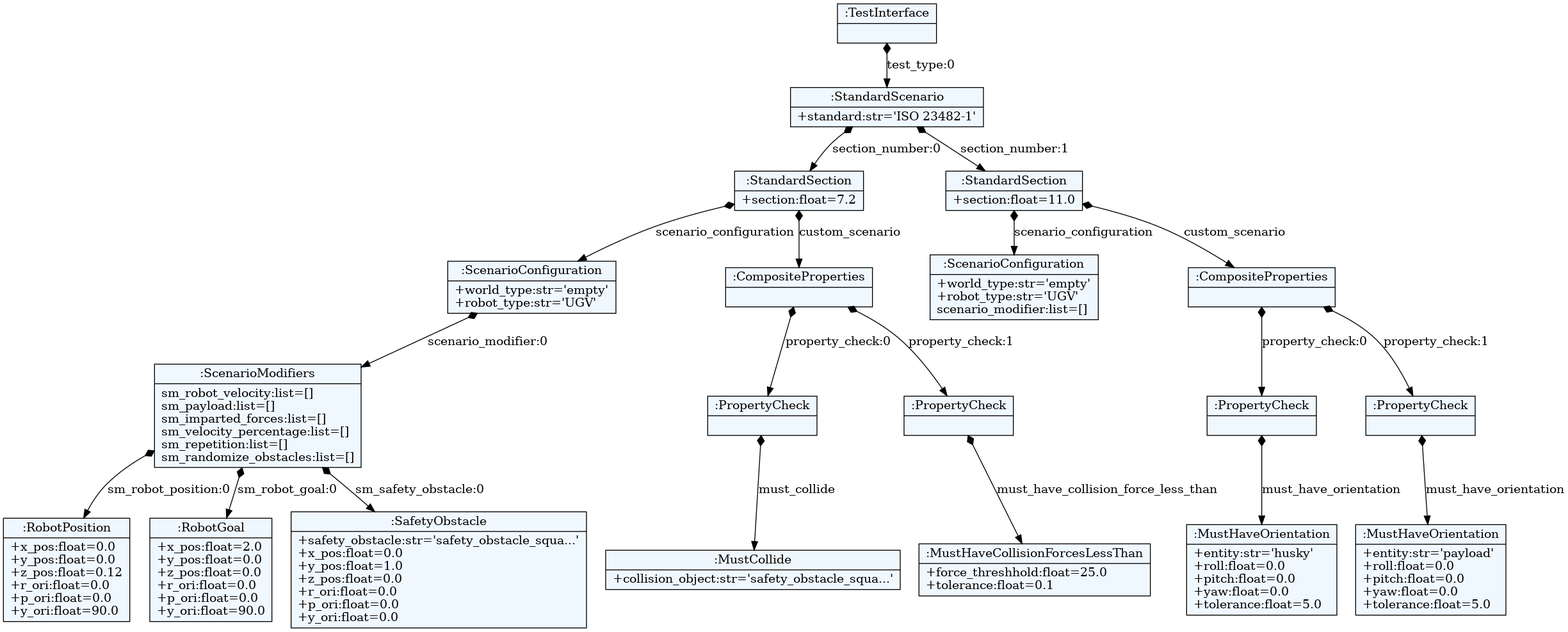
SOHAIL1996/property_based_tester keeps this Graphviz diagram as src/property_based_tester/property_based_language_generation/test_definitions.dot.png. Above is the earlier version. Its source is kept beside it as src/property_based_tester/property_based_language_generation/test_definitions.dot.
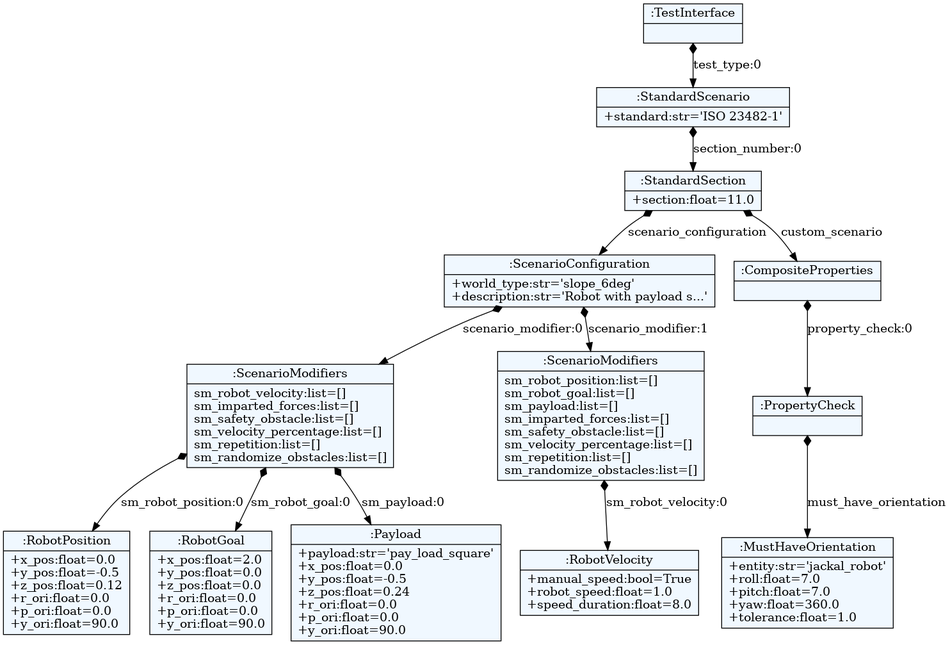
The same file after the commit.

The edit, as a diff of the source:
```diff
@@ -10,44 +10,30 @@
     edge[dir=black,arrowtail=empty]
 
 
-140602595076608 -> 140602595075312 [label="test_type:0" arrowtail=diamond dir=both]
-140602595075312 -> 140602595074448 [label="section_number:0" arrowtail=diamond dir=both]
-140602595074448 -> 140602595216880 [label="scenario_configuration" arrowtail=diamond dir=both]
-140602595216880 -> 140602595216448 [label="scenario_modifier:0" arrowtail=diamond dir=both]
-140602595216448 -> 140602595215584 [label="sm_robot_position:0" arrowtail=diamond dir=both]
-140602595215584[label="{:RobotPosition|+x_pos:float=0.0\l+y_pos:float=0.0\l+z_pos:float=0.12\l+r_ori:float=0.0\l+p_ori:float=0.0\l+y_ori:float=90.0\l}"]
-140602595216448 -> 140602595215632 [label="sm_robot_goal:0" arrowtail=diamond dir=both]
-140602595215632[label="{:RobotGoal|+x_pos:float=2.0\l+y_pos:float=0.0\l+z_pos:float=0.0\l+r_ori:float=0.0\l+p_ori:float=0.0\l+y_ori:float=90.0\l}"]
-140602595216448 -> 140602595215488 [label="sm_safety_obstacle:0" arrowtail=diamond dir=both]
-140602595215488[label="{:SafetyObstacle|+safety_obstacle:str='safety_obstacle_squa...'\l+x_pos:float=0.0\l+y_pos:float=1.0\l+z_pos:float=0.0\l+r_ori:float=0.0\l+p_ori:float=0.0\l+y_ori:float=0.0\l}"]
-140602595216448[label="{:ScenarioModifiers|sm_robot_velocity:list=[]\lsm_payload:list=[]\lsm_imparted_forces:list=[]\lsm_velocity_percentage:list=[]\lsm_repetition:list=[]\lsm_randomize_obstacles:list=[]\l}"]
-140602595216880[label="{:ScenarioConfiguration|+world_type:str='empty'\l+robot_type:str='UGV'\l}"]
-140602595074448 -> 140602595216688 [label="custom_scenario" arrowtail=diamond dir=both]
-140602595216688 -> 140602595215536 [label="property_check:0" arrowtail=diamond dir=both]
-140602595215536 -> 140602595215104 [label="must_collide" arrowtail=diamond dir=both]
-140602595215104[label="{:MustCollide|+collision_object:str='safety_obstacle_squa...'\l}"]
-140602595215536[label="{:PropertyCheck|}"]
-140602595216688 -> 140602595215056 [label="property_check:1" arrowtail=diamond dir=both]
-140602595215056 -> 140602595118768 [label="must_have_collision_force_less_than" arrowtail=diamond dir=both]
-140602595118768[label="{:MustHaveCollisionForcesLessThan|+force_threshhold:float=25.0\l+tolerance:float=0.1\l}"]
-140602595215056[label="{:PropertyCheck|}"]
-140602595216688[label="{:CompositeProperties|}"]
-140602595074448[label="{:StandardSection|+section:float=7.2\l}"]
-140602595075312 -> 140602595216928 [label="section_number:1" arrowtail=diamond dir=both]
-140602595216928 -> 140602595215872 [label="scenario_configuration" arrowtail=diamond dir=both]
-140602595215872[label="{:ScenarioConfiguration|+world_type:str='empty'\l+robot_type:str='UGV'\lscenario_modifier:list=[]\l}"]
-140602595216928 -> 140602595214576 [label="custom_scenario" arrowtail=diamond dir=both]
-140602595214576 -> 140602595118048 [label="property_check:0" arrowtail=diamond dir=both]
-140602595118048 -> 140602595117712 [label="must_have_orientation" arrowtail=diamond dir=both]
-140602595117712[label="{:MustHaveOrientation|+entity:str='husky'\l+roll:float=0.0\l+pitch:float=0.0\l+yaw:float=0.0\l+tolerance:float=5.0\l}"]
-140602595118048[label="{:PropertyCheck|}"]
-140602595214576 -> 140602595216736 [label="property_check:1" arrowtail=diamond dir=both]
-140602595216736 -> 140602595117760 [label="must_have_orientation" arrowtail=diamond dir=both]
-140602595117760[label="{:MustHaveOrientation|+entity:str='payload'\l+roll:float=0.0\l+pitch:float=0.0\l+yaw:float=0.0\l+tolerance:float=5.0\l}"]
-140602595216736[label="{:PropertyCheck|}"]
-140602595214576[label="{:CompositeProperties|}"]
-140602595216928[label="{:StandardSection|+section:float=11.0\l}"]
-140602595075312[label="{:StandardScenario|+standard:str='ISO 23482-1'\l}"]
-140602595076608[label="{:TestInterface|}"]
+139774511078464 -> 139774511076832 [label="test_type:0" arrowtail=diamond dir=both]
+139774511076832 -> 139774511076976 [label="section_number:0" arrowtail=diamond dir=both]
+139774511076976 -> 139774511077456 [label="scenario_configuration" arrowtail=diamond dir=both]
+139774511077456 -> 139774511077792 [label="scenario_modifier:0" arrowtail=diamond dir=both]
+139774511077792 -> 139774511078752 [label="sm_robot_position:0" arrowtail=diamond dir=both]
+139774511078752[label="{:RobotPosition|+x_pos:float=0.0\l+y_pos:float=-0.5\l+z_pos:float=0.12\l+r_ori:float=0.0\l+p_ori:float=0.0\l+y_ori:float=90.0\l}"]
+139774511077792 -> 139774511079376 [label="sm_robot_goal:0" arrowtail=diamond dir=both]
+139774511079376[label="{:RobotGoal|+x_pos:float=2.0\l+y_pos:float=0.0\l+z_pos:float=0.0\l+r_ori:float=0.0\l+p_ori:float=0.0\l+y_ori:float=90.0\l}"]
+139774511077792 -> 139774511078608 [label="sm_payload:0" arrowtail=diamond dir=both]
+139774511078608[label="{:Payload|+payload:str='pay_load_square'\l+x_pos:float=0.0\l+y_pos:float=-0.5\l+z_pos:float=0.24\l+r_ori:float=0.0\l+p_ori:float=0.0\l+y_ori:float=90.0\l}"]
+139774511077792[label="{:ScenarioModifiers|sm_robot_velocity:list=[]\lsm_imparted_forces:list=[]\lsm_safety_obstacle:list=[]\lsm_velocity_percentage:list=[]\lsm_repetition:list=[]\lsm_randomize_obstacles:list=[]\l}"]
+139774511077456 -> 139774511077744 [label="scenario_modifier:1" arrowtail=diamond dir=both]
+139774511077744 -> 139774511024544 [label="sm_robot_velocity:0" arrowtail=diamond dir=both]
+139774511024544[label="{:RobotVelocity|+manual_speed:bool=True\l+robot_speed:float=1.0\l+speed_duration:float=8.0\l}"]
+139774511077744[label="{:ScenarioModifiers|sm_robot_position:list=[]\lsm_robot_goal:list=[]\lsm_payload:list=[]\lsm_imparted_forces:list=[]\lsm_safety_obstacle:list=[]\lsm_velocity_percentage:list=[]\lsm_repetition:list=[]\lsm_randomize_obstacles:list=[]\l}"]
+139774511077456[label="{:ScenarioConfiguration|+world_type:str='slope_6deg'\l+description:str='Robot with payload s...'\l}"]
+139774511076976 -> 139774511077408 [label="custom_scenario" arrowtail=diamond dir=both]
+139774511077408 -> 139774510956400 [label="property_check:0" arrowtail=diamond dir=both]
+139774510956400 -> 139774510953424 [label="must_have_orientation" arrowtail=diamond dir=both]
+139774510953424[label="{:MustHaveOrientation|+entity:str='jackal_robot'\l+roll:float=7.0\l+pitch:float=7.0\l+yaw:float=360.0\l+tolerance:float=1.0\l}"]
+139774510956400[label="{:PropertyCheck|}"]
+139774511077408[label="{:CompositeProperties|}"]
+139774511076976[label="{:StandardSection|+section:float=11.0\l}"]
+139774511076832[label="{:StandardScenario|+standard:str='ISO 23482-1'\l}"]
+139774511078464[label="{:TestInterface|}"]
 
 }
```
